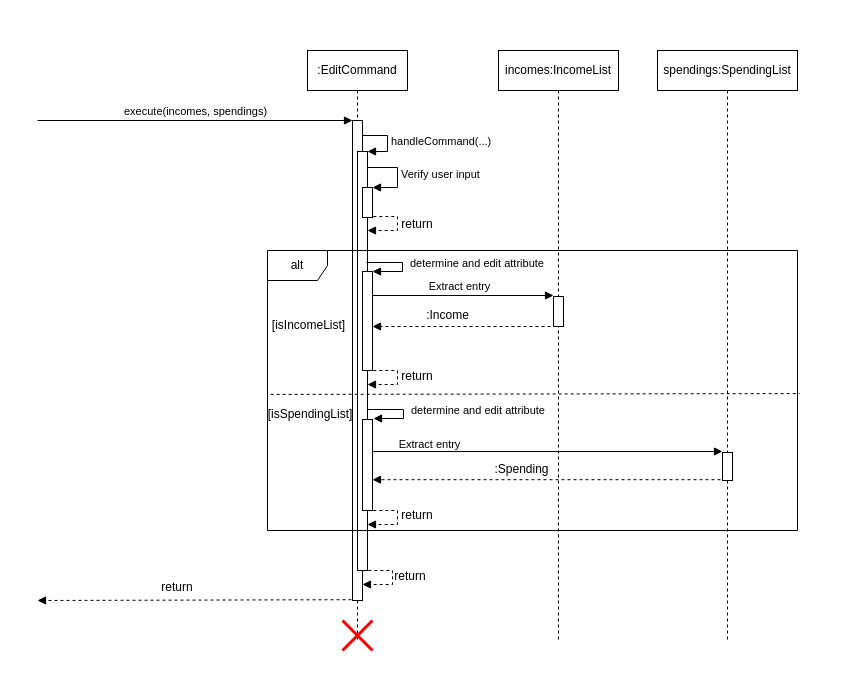
wongwh2002/CS2113TeamProject keeps this draw.io diagram as docs/Diagrams/Commands/editCommandSequence.drawio. Above is the earlier version. Source tidied: cells renumbered, new cells numbered last; positions are measured from the earlier drawing's top-left corner, leaving out a move shared by most shapes. Both pictures are drawn from the tidied source at 100%, with x=0, y=0 at pixel (37, 50).
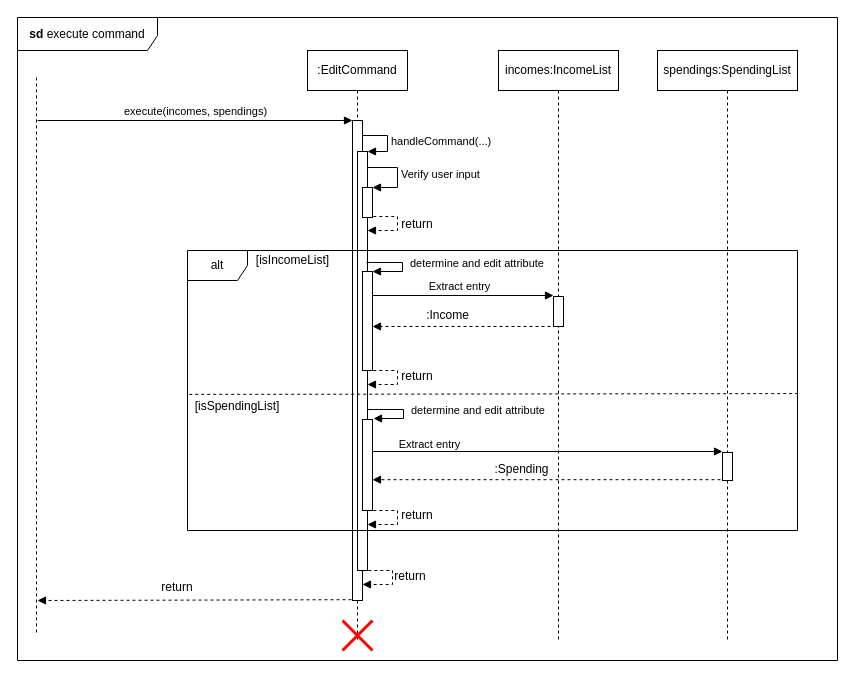
After the change.

What changed in the source:
```diff
@@
     <mxCell id="7" value="alt" style="shape=umlFrame;whiteSpace=wrap;html=1;" parent="1" vertex="1">
-      <mxGeometry x="230" y="200" width="530" height="280" as="geometry" />
+      <mxGeometry x="150" y="200" width="610" height="280" as="geometry" />
     </mxCell>
@@
     <mxCell id="13" value="[isIncomeList]" style="text;html=1;align=center;verticalAlign=middle;strokeColor=none;fillColor=none;" parent="1" vertex="1">
-      <mxGeometry x="221" y="260" width="100" height="30" as="geometry" />
+      <mxGeometry x="205" y="195" width="100" height="30" as="geometry" />
     </mxCell>
     <mxCell id="14" value="[isSpendingList]" style="text;strokeColor=none;align=center;fillColor=none;html=1;verticalAlign=middle;whiteSpace=wrap;rounded=0;" parent="1" vertex="1">
-      <mxGeometry x="243" y="349" width="60" height="30" as="geometry" />
+      <mxGeometry x="170" y="341" width="60" height="30" as="geometry" />
     </mxCell>
@@
-    <mxCell id="37" style="endArrow=none;dashed=1;html=1;rounded=0;entryX=1.004;entryY=0.511;entryDx=0;entryDy=0;entryPerimeter=0;exitX=0.006;exitY=0.514;exitDx=0;exitDy=0;exitPerimeter=0;" parent="1" edge="1" source="7" target="7">
-      <mxGeometry relative="1" as="geometry" />
+    <mxCell id="37" style="endArrow=none;dashed=1;html=1;rounded=0;entryX=1.004;entryY=0.511;entryDx=0;entryDy=0;entryPerimeter=0;exitX=0.006;exitY=0.514;exitDx=0;exitDy=0;exitPerimeter=0;" parent="1" edge="1">
+      <mxGeometry relative="1" as="geometry">
+        <mxPoint x="151.7" y="343.9" as="sourcePoint" />
+        <mxPoint x="760.4" y="343.1" as="targetPoint" />
+      </mxGeometry>
     </mxCell>
+    <mxCell id="38" value="&lt;b&gt;sd&lt;/b&gt; execute command" style="shape=umlFrame;whiteSpace=wrap;html=1;width=140;height=33;" parent="1" vertex="1">
+      <mxGeometry x="-20" y="-33" width="820" height="643" as="geometry" />
+    </mxCell>
+    <mxCell id="39" style="endArrow=none;dashed=1;html=1;rounded=0;fontSize=12;startSize=8;endSize=8;curved=1;" parent="1" edge="1">
+      <mxGeometry relative="1" as="geometry">
+        <mxPoint x="-1" y="27" as="sourcePoint" />
+        <mxPoint x="-1" y="585" as="targetPoint" />
+      </mxGeometry>
+    </mxCell>
```
